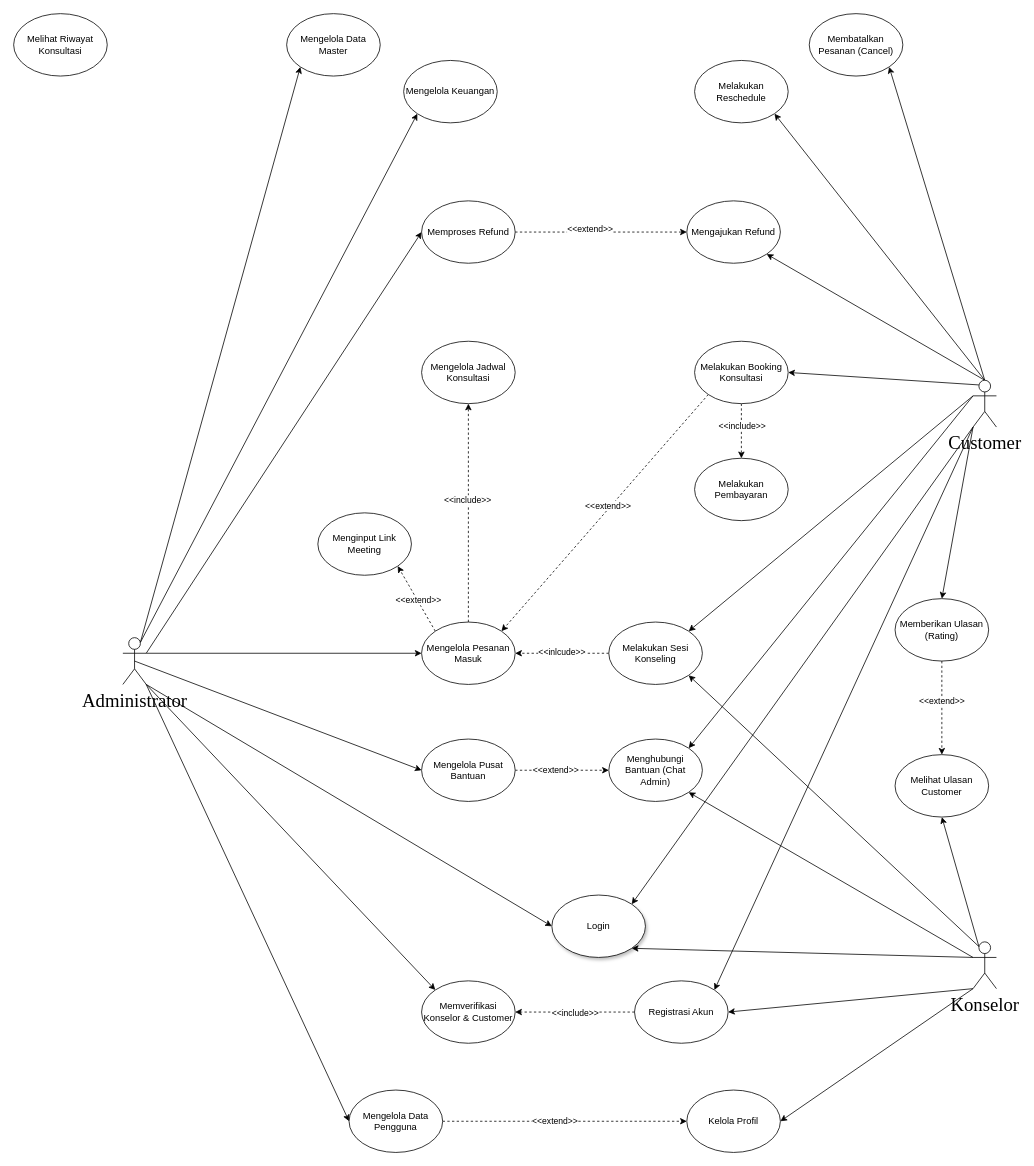
The draw.io diagram Use Case Diagram.drawio in UlulAzmiALatala/moodly-app, before the edit. Source tidied: cells renumbered, new cells numbered last; positions are measured from the earlier drawing's top-left corner, leaving out a move shared by most shapes. Both pictures are drawn from the tidied source at 78%, with x=0, y=0 at pixel (13, 13).
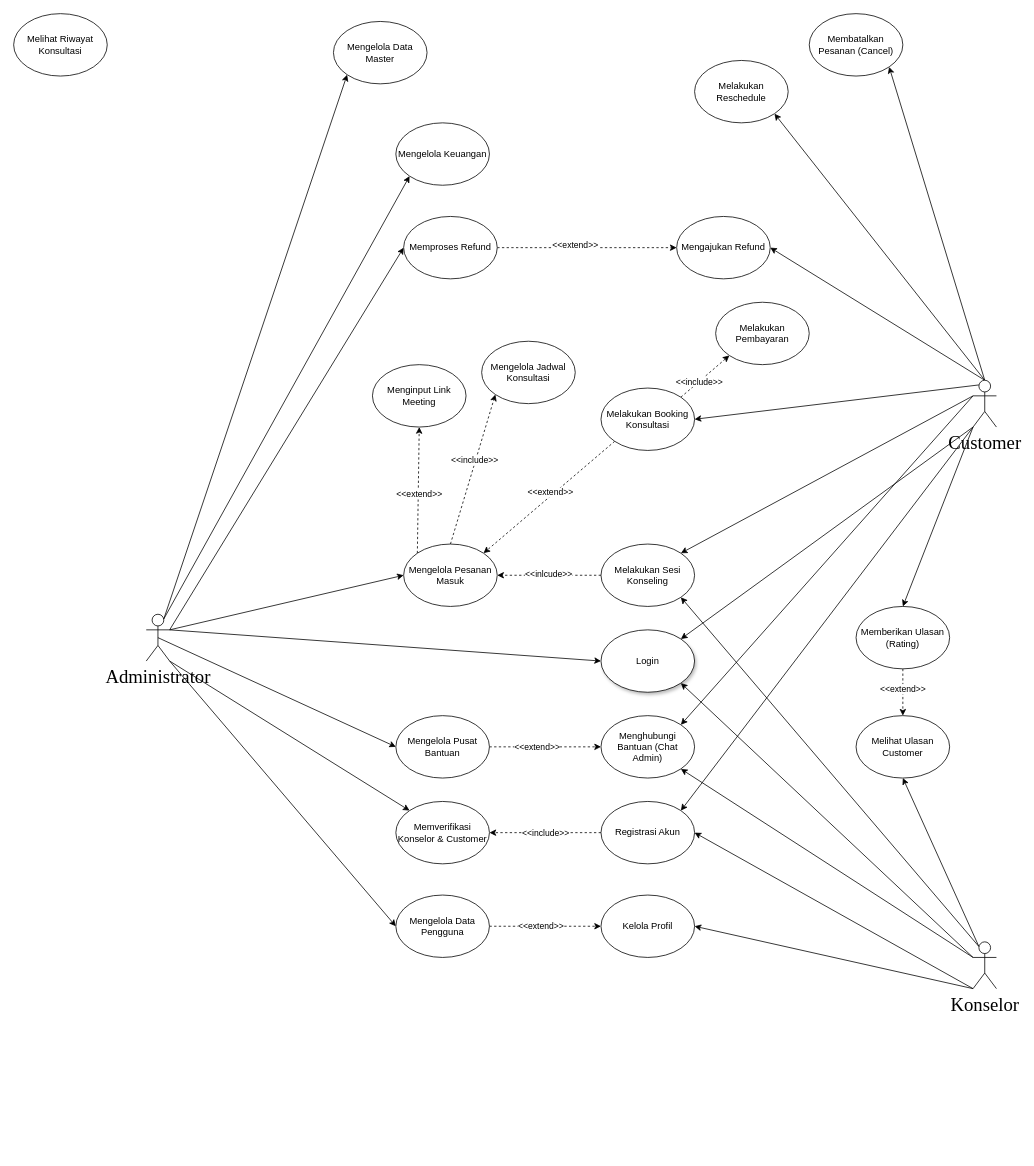
The same page after the edit.

Unchanged cells that the change refers to:
```xml
<mxCell id="11" value="&lt;font face=&quot;Times New Roman&quot; style=&quot;font-size: 24px;&quot;&gt;Customer&lt;/font&gt;" style="shape=umlActor;verticalLabelPosition=bottom;verticalAlign=top;html=1;outlineConnect=0;" parent="1" vertex="1">
  <mxGeometry x="1230" y="470" width="30" height="60" as="geometry" />
</mxCell>
```

The edit, as a diff of the source:
```diff
@@
-    <mxCell id="10" style="rounded=0;jettySize=auto;html=1;exitX=0.5;exitY=0;exitDx=0;exitDy=0;exitPerimeter=0;entryX=1;entryY=1;entryDx=0;entryDy=0;" parent="1" edge="1" source="11" target="39">
+    <mxCell id="10" style="rounded=0;jettySize=auto;html=1;exitX=0.5;exitY=0;exitDx=0;exitDy=0;exitPerimeter=0;entryX=1;entryY=0.5;entryDx=0;entryDy=0;" parent="1" edge="1" source="11" target="39">
       <mxGeometry relative="1" as="geometry" />
     </mxCell>
@@
     <mxCell id="12" value="Login" style="ellipse;whiteSpace=wrap;html=1;shadow=1;" parent="1" vertex="1">
-      <mxGeometry x="690" y="1130" width="120" height="80" as="geometry" />
+      <mxGeometry x="753" y="790" width="120" height="80" as="geometry" />
     </mxCell>
@@
     <mxCell id="16" value="Registrasi Akun" style="ellipse;whiteSpace=wrap;html=1;" parent="1" vertex="1">
-      <mxGeometry x="796" y="1240" width="120" height="80" as="geometry" />
+      <mxGeometry x="753" y="1010" width="120" height="80" as="geometry" />
     </mxCell>
-    <mxCell id="17" style="rounded=0;jettySize=auto;html=1;entryX=0.5;entryY=0;entryDx=0;entryDy=0;dashed=1;exitX=0.5;exitY=1;exitDx=0;exitDy=0;" parent="1" edge="1" source="21" target="26">
+    <mxCell id="17" style="rounded=0;jettySize=auto;html=1;entryX=0;entryY=1;entryDx=0;entryDy=0;dashed=1;exitX=1;exitY=0;exitDx=0;exitDy=0;" parent="1" edge="1" source="21" target="26">
       <mxGeometry relative="1" as="geometry" />
     </mxCell>
@@
     <mxCell id="21" value="Melakukan Booking Konsultasi" style="ellipse;whiteSpace=wrap;html=1;" parent="1" vertex="1">
-      <mxGeometry x="873" y="420" width="120" height="80" as="geometry" />
+      <mxGeometry x="753" y="480" width="120" height="80" as="geometry" />
     </mxCell>
@@
     <mxCell id="24" value="&lt;p&gt;Melakukan Sesi Konseling&lt;/p&gt;" style="ellipse;whiteSpace=wrap;html=1;" parent="1" vertex="1">
-      <mxGeometry x="763" y="780" width="120" height="80" as="geometry" />
+      <mxGeometry x="753" y="680" width="120" height="80" as="geometry" />
     </mxCell>
     <mxCell id="25" value="Kelola Profil" style="ellipse;whiteSpace=wrap;html=1;" parent="1" vertex="1">
-      <mxGeometry x="863" y="1380" width="120" height="80" as="geometry" />
+      <mxGeometry x="753" y="1130" width="120" height="80" as="geometry" />
     </mxCell>
     <mxCell id="26" value="Melakukan Pembayaran" style="ellipse;whiteSpace=wrap;html=1;" parent="1" vertex="1">
-      <mxGeometry x="873" y="570" width="120" height="80" as="geometry" />
+      <mxGeometry x="900" y="370" width="120" height="80" as="geometry" />
     </mxCell>
@@
     <mxCell id="30" value="Memberikan Ulasan (Rating)" style="ellipse;whiteSpace=wrap;html=1;" parent="1" vertex="1">
-      <mxGeometry x="1130" y="750" width="120" height="80" as="geometry" />
+      <mxGeometry x="1080" y="760" width="120" height="80" as="geometry" />
     </mxCell>
@@
     <mxCell id="39" value="Mengajukan Refund" style="ellipse;whiteSpace=wrap;html=1;" parent="1" vertex="1">
-      <mxGeometry x="863" y="240" width="120" height="80" as="geometry" />
+      <mxGeometry x="850" y="260" width="120" height="80" as="geometry" />
     </mxCell>
@@
-    <mxCell id="44" style="rounded=0;jettySize=auto;html=1;entryX=0;entryY=0.5;entryDx=0;entryDy=0;exitX=1;exitY=1;exitDx=0;exitDy=0;exitPerimeter=0;" parent="1" edge="1" source="47" target="12">
+    <mxCell id="44" style="rounded=0;jettySize=auto;html=1;entryX=0;entryY=0.5;entryDx=0;entryDy=0;exitX=1;exitY=0.3333333333333333;exitDx=0;exitDy=0;exitPerimeter=0;" parent="1" edge="1" source="47" target="12">
       <mxGeometry relative="1" as="geometry" />
     </mxCell>
@@
     <mxCell id="47" value="&lt;font face=&quot;Times New Roman&quot; style=&quot;font-size: 24px;&quot;&gt;Administrator&lt;/font&gt;" style="shape=umlActor;verticalLabelPosition=bottom;verticalAlign=top;html=1;outlineConnect=0;" parent="1" vertex="1">
-      <mxGeometry x="140" y="800" width="30" height="60" as="geometry" />
+      <mxGeometry x="170" y="770" width="30" height="60" as="geometry" />
     </mxCell>
     <mxCell id="48" value="Melihat Ulasan Customer" style="ellipse;whiteSpace=wrap;html=1;" parent="1" vertex="1">
-      <mxGeometry x="1130" y="950" width="120" height="80" as="geometry" />
+      <mxGeometry x="1080" y="900" width="120" height="80" as="geometry" />
     </mxCell>
     <mxCell id="49" value="Mengelola Jadwal Konsultasi" style="ellipse;whiteSpace=wrap;html=1;" parent="1" vertex="1">
-      <mxGeometry x="523" y="420" width="120" height="80" as="geometry" />
+      <mxGeometry x="600" y="420" width="120" height="80" as="geometry" />
     </mxCell>
@@
     <mxCell id="53" value="Mengelola Data Pengguna" style="ellipse;whiteSpace=wrap;html=1;" parent="1" vertex="1">
-      <mxGeometry x="430" y="1380" width="120" height="80" as="geometry" />
+      <mxGeometry x="490" y="1130" width="120" height="80" as="geometry" />
     </mxCell>
     <mxCell id="54" value="Mengelola Data Master" style="ellipse;whiteSpace=wrap;html=1;" parent="1" vertex="1">
-      <mxGeometry x="350" width="120" height="80" as="geometry" />
+      <mxGeometry x="410" y="10" width="120" height="80" as="geometry" />
     </mxCell>
-    <mxCell id="55" style="rounded=0;jettySize=auto;html=1;exitX=0;exitY=0;exitDx=0;exitDy=0;entryX=1;entryY=1;entryDx=0;entryDy=0;dashed=1;" parent="1" edge="1" source="59" target="60">
+    <mxCell id="55" style="rounded=0;jettySize=auto;html=1;exitX=0;exitY=0;exitDx=0;exitDy=0;entryX=0.5;entryY=1;entryDx=0;entryDy=0;dashed=1;" parent="1" edge="1" source="59" target="60">
       <mxGeometry relative="1" as="geometry" />
     </mxCell>
@@
-    <mxCell id="57" style="rounded=0;jettySize=auto;html=1;exitX=0.5;exitY=0;exitDx=0;exitDy=0;entryX=0.5;entryY=1;entryDx=0;entryDy=0;dashed=1;" parent="1" edge="1" source="59" target="49">
+    <mxCell id="57" style="rounded=0;jettySize=auto;html=1;exitX=0.5;exitY=0;exitDx=0;exitDy=0;entryX=0;entryY=1;entryDx=0;entryDy=0;dashed=1;" parent="1" edge="1" source="59" target="49">
       <mxGeometry relative="1" as="geometry" />
     </mxCell>
@@
     <mxCell id="59" value="Mengelola Pesanan Masuk" style="ellipse;whiteSpace=wrap;html=1;" parent="1" vertex="1">
-      <mxGeometry x="523" y="780" width="120" height="80" as="geometry" />
+      <mxGeometry x="500" y="680" width="120" height="80" as="geometry" />
     </mxCell>
     <mxCell id="60" value="Menginput Link Meeting" style="ellipse;whiteSpace=wrap;html=1;" parent="1" vertex="1">
-      <mxGeometry x="390" y="640" width="120" height="80" as="geometry" />
+      <mxGeometry x="460" y="450" width="120" height="80" as="geometry" />
     </mxCell>
     <mxCell id="61" value="Memverifikasi Konselor &amp;amp; Customer" style="ellipse;whiteSpace=wrap;html=1;" parent="1" vertex="1">
-      <mxGeometry x="523" y="1240" width="120" height="80" as="geometry" />
+      <mxGeometry x="490" y="1010" width="120" height="80" as="geometry" />
     </mxCell>
@@
     <mxCell id="64" value="Mengelola Pusat Bantuan" style="ellipse;whiteSpace=wrap;html=1;" parent="1" vertex="1">
-      <mxGeometry x="523" y="930" width="120" height="80" as="geometry" />
+      <mxGeometry x="490" y="900" width="120" height="80" as="geometry" />
     </mxCell>
@@
     <mxCell id="68" value="Memproses Refund" style="ellipse;whiteSpace=wrap;html=1;" parent="1" vertex="1">
-      <mxGeometry x="523" y="240" width="120" height="80" as="geometry" />
+      <mxGeometry x="500" y="260" width="120" height="80" as="geometry" />
     </mxCell>
     <mxCell id="69" value="Menghubungi Bantuan (Chat Admin)" style="ellipse;whiteSpace=wrap;html=1;" parent="1" vertex="1">
-      <mxGeometry x="763" y="930" width="120" height="80" as="geometry" />
+      <mxGeometry x="753" y="900" width="120" height="80" as="geometry" />
     </mxCell>
     <mxCell id="70" value="Mengelola Keuangan" style="ellipse;whiteSpace=wrap;html=1;" parent="1" vertex="1">
-      <mxGeometry x="500" y="60" width="120" height="80" as="geometry" />
+      <mxGeometry x="490" y="140" width="120" height="80" as="geometry" />
     </mxCell>
```
